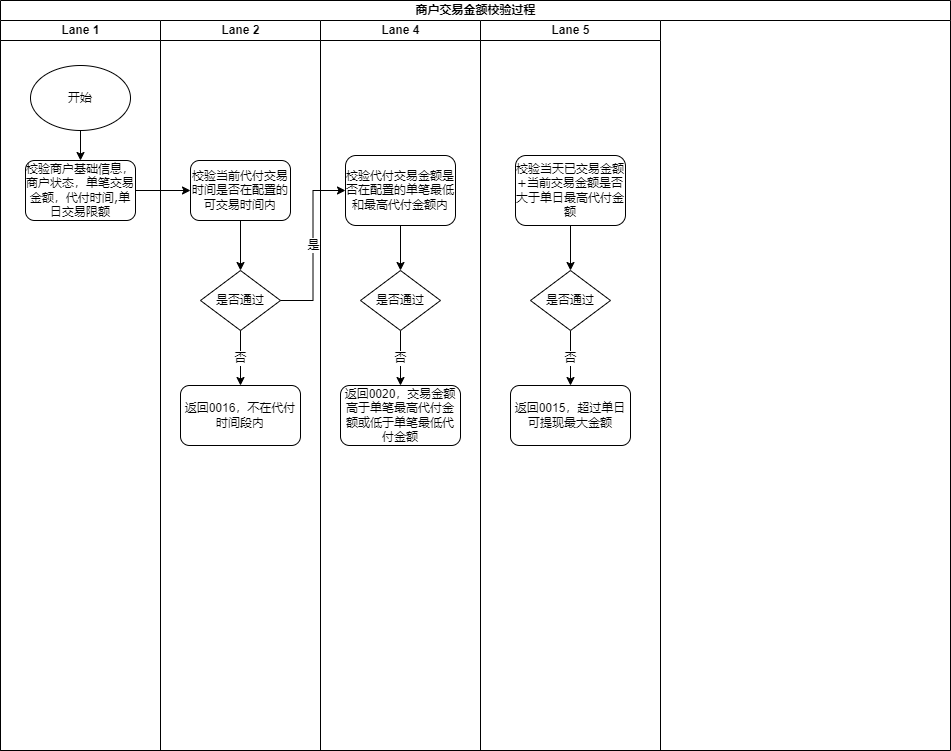
Before: 商户交易金额校验以及手续费计算.png, a diagram exported from draw.io (songyibo2019/mydiagrams). Source tidied: cells renumbered, new cells last; positions are measured from the earlier drawing's top-left corner, leaving out a move shared by most shapes.
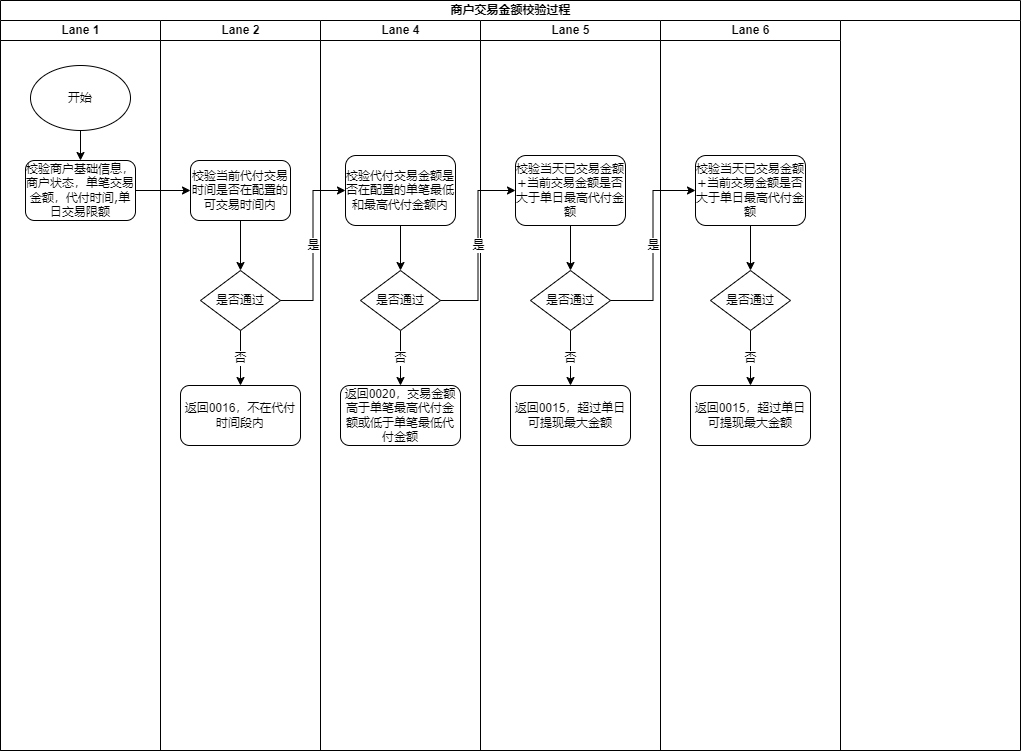
The same diagram one commit later.

Commit message:
Update 商户交易金额校验以及手续费计算.png

Change to the diagram source:
```diff
@@ -3,7 +3,7 @@
     <mxCell id="0" />
     <mxCell id="1" parent="0" />
     <mxCell id="2" value="商户交易金额校验过程" style="swimlane;html=1;startSize=20;rounded=0;shadow=0;labelBackgroundColor=none;strokeWidth=1;fontFamily=Verdana;fontSize=8;align=center;" parent="1" vertex="1">
-      <mxGeometry width="950" height="750" as="geometry" />
+      <mxGeometry width="1020" height="750" as="geometry" />
     </mxCell>
     <mxCell id="3" value="Lane 1" style="swimlane;html=1;startSize=20;" parent="2" vertex="1">
       <mxGeometry y="20" width="160" height="730" as="geometry" />
@@ -77,5 +77,29 @@
     <mxCell id="26" value="是" style="edgeStyle=orthogonalEdgeStyle;rounded=0;jettySize=auto;html=1;exitX=1;exitY=0.5;exitDx=0;exitDy=0;entryX=0;entryY=0.5;entryDx=0;entryDy=0;" parent="2" edge="1" source="10" target="15">
       <mxGeometry relative="1" as="geometry" />
     </mxCell>
+    <mxCell id="27" value="是" style="edgeStyle=orthogonalEdgeStyle;rounded=0;jettySize=auto;html=1;exitX=1;exitY=0.5;exitDx=0;exitDy=0;entryX=0;entryY=0.5;entryDx=0;entryDy=0;" parent="2" edge="1" source="17" target="21">
+      <mxGeometry relative="1" as="geometry" />
+    </mxCell>
+    <mxCell id="28" value="Lane 6" style="swimlane;html=1;startSize=20;" parent="2" vertex="1">
+      <mxGeometry x="660" y="20" width="180" height="730" as="geometry" />
+    </mxCell>
+    <mxCell id="29" style="edgeStyle=orthogonalEdgeStyle;rounded=0;jettySize=auto;html=1;exitX=0.5;exitY=1;exitDx=0;exitDy=0;" parent="28" edge="1" source="30" target="32">
+      <mxGeometry relative="1" as="geometry" />
+    </mxCell>
+    <mxCell id="30" value="&lt;span style=&quot;font-size: 8px&quot;&gt;校验当天已交易金额+当前交易金额是否大于单日最高代付金额&lt;/span&gt;" style="rounded=1;whiteSpace=wrap;html=1;shadow=0;labelBackgroundColor=none;strokeWidth=1;fontFamily=Verdana;fontSize=8;align=center;" parent="28" vertex="1">
+      <mxGeometry x="35" y="135" width="110" height="70" as="geometry" />
+    </mxCell>
+    <mxCell id="31" value="否" style="edgeStyle=orthogonalEdgeStyle;rounded=0;jettySize=auto;html=1;exitX=0.5;exitY=1;exitDx=0;exitDy=0;entryX=0.5;entryY=0;entryDx=0;entryDy=0;" parent="28" edge="1" source="32" target="33">
+      <mxGeometry relative="1" as="geometry" />
+    </mxCell>
+    <mxCell id="32" value="&lt;span style=&quot;font-size: 11px&quot;&gt;是否通过&lt;/span&gt;" style="rhombus;whiteSpace=wrap;html=1;rounded=0;shadow=0;labelBackgroundColor=none;strokeWidth=1;fontFamily=Verdana;fontSize=8;align=center;" parent="28" vertex="1">
+      <mxGeometry x="50" y="250" width="80" height="60" as="geometry" />
+    </mxCell>
+    <mxCell id="33" value="返回0015，超过单日可提现最大金额" style="rounded=1;whiteSpace=wrap;html=1;" parent="28" vertex="1">
+      <mxGeometry x="30" y="365" width="120" height="60" as="geometry" />
+    </mxCell>
+    <mxCell id="34" value="是" style="edgeStyle=orthogonalEdgeStyle;rounded=0;jettySize=auto;html=1;exitX=1;exitY=0.5;exitDx=0;exitDy=0;entryX=0;entryY=0.5;entryDx=0;entryDy=0;" parent="2" edge="1" source="23" target="30">
+      <mxGeometry relative="1" as="geometry" />
+    </mxCell>
   </root>
 </mxGraphModel>
```
